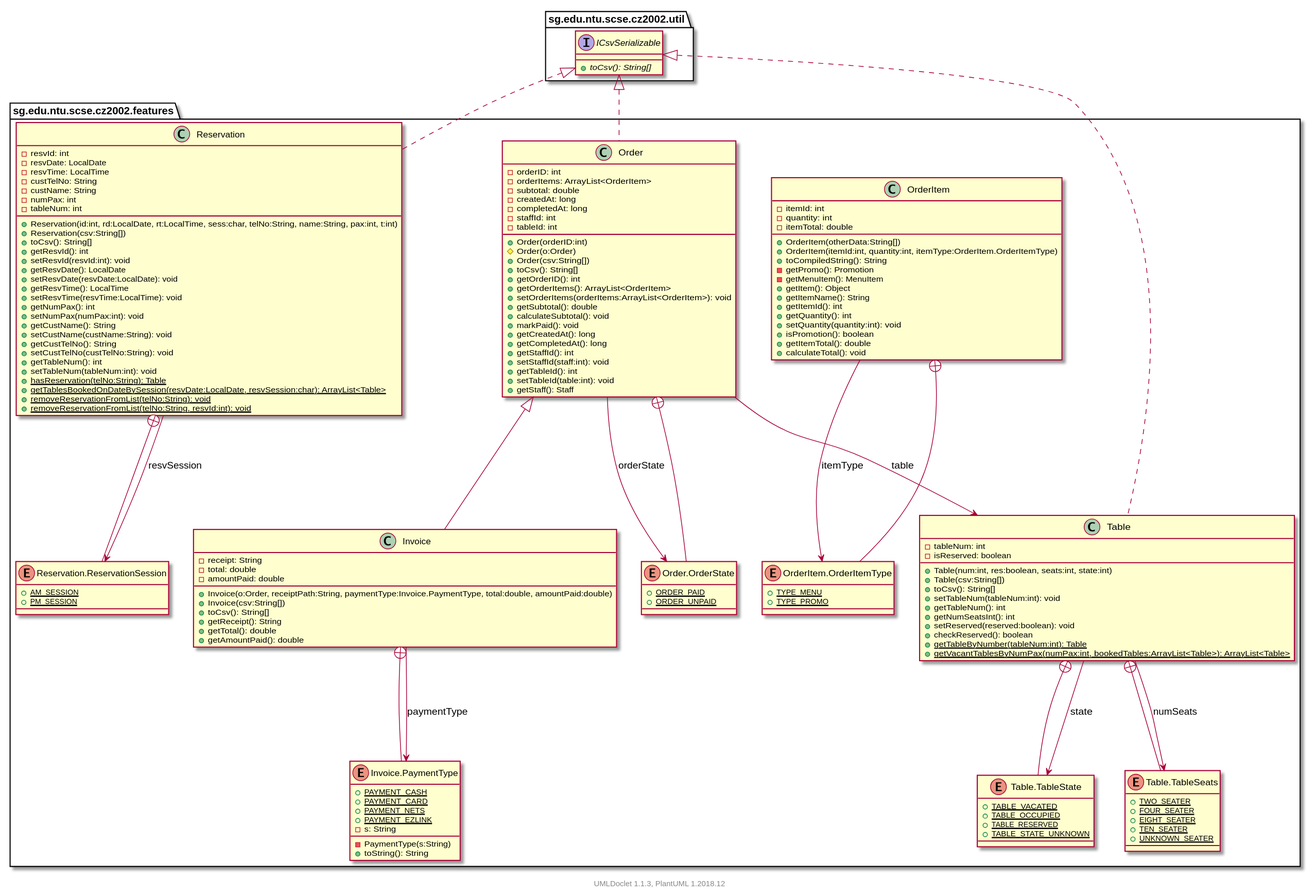
Earlier version of the PlantUML export projects/oodp/html/umlversion/uml/sg.edu.ntu.scse.cz2002.features.package.svg (itachi1706/How-to-use-Git-NTUSCSE1819-Site).
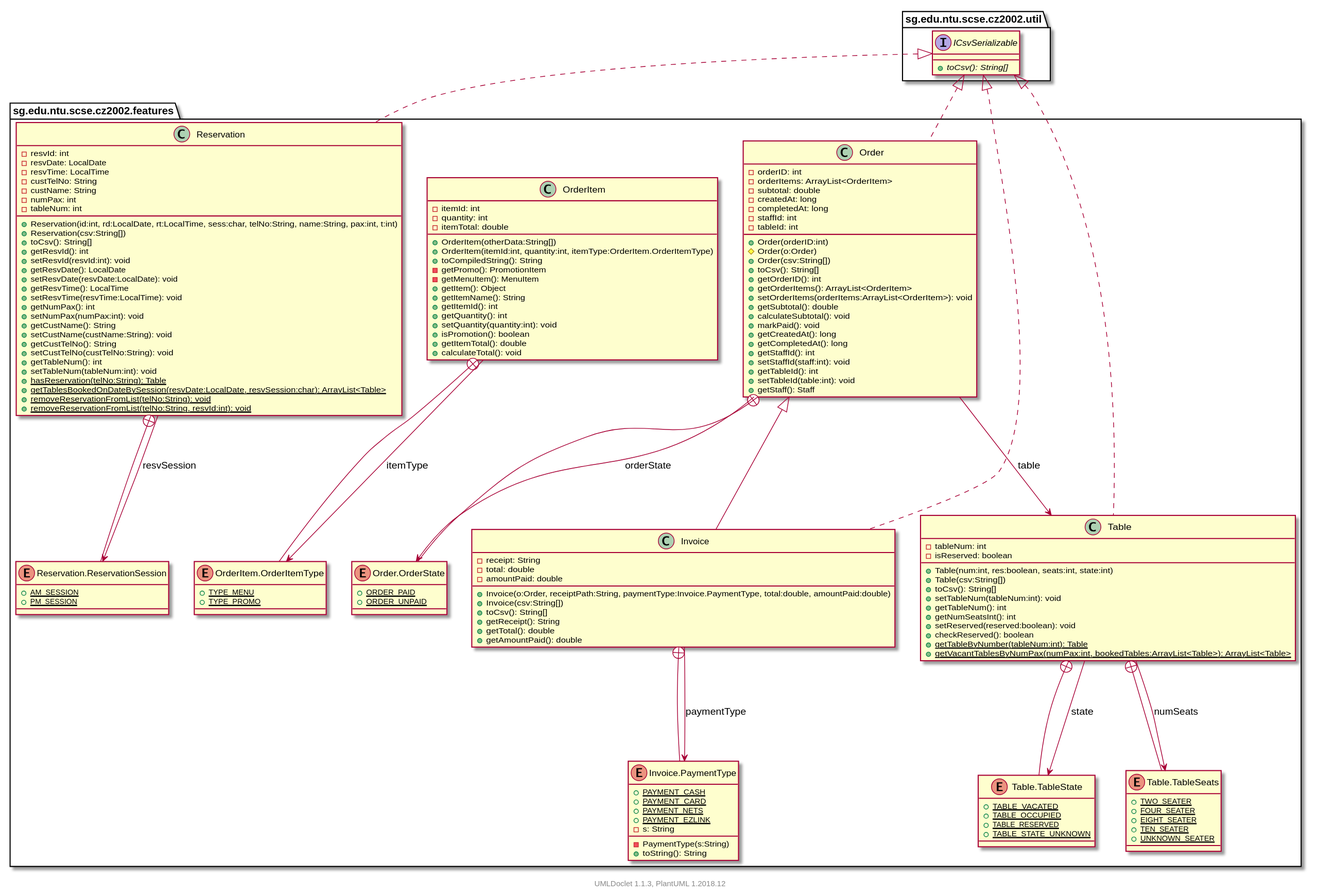
The same file after the commit.

Change to the diagram source:
```diff
@@ -9,7 +9,7 @@
             +OrderItem(otherData:String[])
             +OrderItem(itemId:int, quantity:int, itemType:OrderItem.OrderItemType)
             +toCompiledString(): String
-            -getPromo(): Promotion
+            -getPromo(): PromotionItem
             -getMenuItem(): MenuItem
             +getItem(): Object
             +getItemName(): String
@@ -161,6 +161,8 @@
 
         Order <|-- Invoice
 
+        sg.edu.ntu.scse.cz2002.util.ICsvSerializable <|.. Invoice
+
         Invoice +-- sg.edu.ntu.scse.cz2002.features.Invoice.PaymentType
 
         sg.edu.ntu.scse.cz2002.util.ICsvSerializable <|.. Table
```
